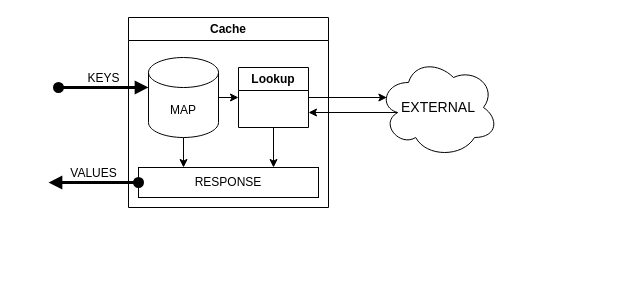
This is assets/images/2023/12/list_cache.drawio from stevenrskelton/stevenrskelton.github.io, a draw.io file, before an edit. Source tidied: cells renumbered, new cells numbered last; positions are measured from the earlier drawing's top-left corner, leaving out a move shared by most shapes. Both pictures are drawn from the tidied source at 100%, with x=0, y=0 at pixel (48, 17).
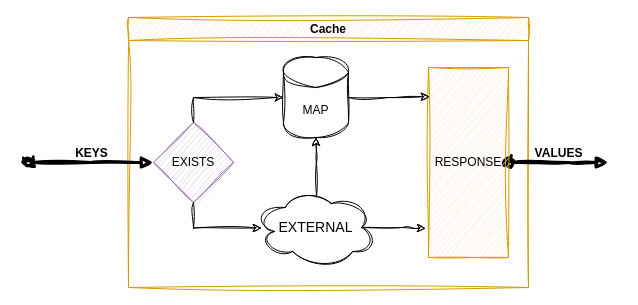
The same page after the edit.

Diff of the diagram source:
```diff
@@
 <mxGraphModel>
   <root>
     <mxCell id="0" />
     <mxCell id="1" parent="0" />
-    <mxCell id="2" value="Cache" style="swimlane;whiteSpace=wrap;html=1;" parent="1" vertex="1">
-      <mxGeometry x="80" width="200" height="190" as="geometry" />
+    <mxCell id="2" value="Cache" style="swimlane;whiteSpace=wrap;html=1;fillColor=#ffe6cc;strokeColor=#d79b00;sketch=1;curveFitting=1;jiggle=2;" parent="1" vertex="1">
+      <mxGeometry x="80" width="400" height="270" as="geometry" />
     </mxCell>
+    <mxCell id="9" value="VALUES" style="html=1;verticalAlign=bottom;startArrow=oval;endArrow=block;startSize=8;edgeStyle=elbowEdgeStyle;elbow=vertical;curved=0;rounded=0;exitX=1;exitY=0.5;exitDx=0;exitDy=0;strokeWidth=3;fontSize=12;fontStyle=1;sketch=1;curveFitting=1;jiggle=2;" parent="2" edge="1" source="8">
+      <mxGeometry relative="1" as="geometry">
+        <mxPoint x="480" y="145" as="targetPoint" />
+        <Array as="points">
+          <mxPoint x="440" y="145" />
+        </Array>
+      </mxGeometry>
+    </mxCell>
+    <mxCell id="12" value="EXTERNAL" style="ellipse;shape=cloud;whiteSpace=wrap;html=1;fontSize=14;sketch=1;curveFitting=1;jiggle=2;" parent="2" vertex="1">
+      <mxGeometry x="126.2" y="170" width="122.5" height="80" as="geometry" />
+    </mxCell>
+    <mxCell id="14" value="EXISTS" style="rhombus;whiteSpace=wrap;html=1;fillColor=#e1d5e7;strokeColor=#9673a6;sketch=1;curveFitting=1;jiggle=2;" parent="2" vertex="1">
+      <mxGeometry x="25" y="105" width="80" height="80" as="geometry" />
+    </mxCell>
+    <mxCell id="5" value="MAP" style="shape=cylinder3;whiteSpace=wrap;html=1;boundedLbl=1;backgroundOutline=1;size=15;sketch=1;curveFitting=1;jiggle=2;" parent="2" vertex="1">
+      <mxGeometry x="155" y="40" width="65" height="80" as="geometry" />
+    </mxCell>
+    <mxCell id="15" style="edgeStyle=orthogonalEdgeStyle;rounded=0;jettySize=auto;html=1;exitX=0.5;exitY=0;exitDx=0;exitDy=0;entryX=0;entryY=0.5;entryDx=0;entryDy=0;entryPerimeter=0;sketch=1;curveFitting=1;jiggle=2;" parent="2" edge="1" source="14" target="5">
+      <mxGeometry relative="1" as="geometry" />
+    </mxCell>
+    <mxCell id="16" style="edgeStyle=orthogonalEdgeStyle;rounded=0;jettySize=auto;html=1;exitX=0.5;exitY=1;exitDx=0;exitDy=0;entryX=0.055;entryY=0.506;entryDx=0;entryDy=0;entryPerimeter=0;sketch=1;curveFitting=1;jiggle=2;" parent="2" edge="1" source="14" target="12">
+      <mxGeometry relative="1" as="geometry">
+        <Array as="points">
+          <mxPoint x="65" y="211" />
+        </Array>
+      </mxGeometry>
+    </mxCell>
+    <mxCell id="8" value="RESPONSE" style="rounded=0;whiteSpace=wrap;html=1;glass=0;sketch=1;curveFitting=1;jiggle=2;fillColor=#ffe6cc;strokeColor=#d79b00;" parent="2" vertex="1">
+      <mxGeometry x="300" y="50" width="80" height="190" as="geometry" />
+    </mxCell>
-    <mxCell id="3" style="edgeStyle=orthogonalEdgeStyle;rounded=0;jettySize=auto;html=1;entryX=0.25;entryY=0;entryDx=0;entryDy=0;" parent="2" edge="1" source="5" target="8">
+    <mxCell id="3" style="edgeStyle=orthogonalEdgeStyle;rounded=0;jettySize=auto;html=1;exitX=1;exitY=0.5;exitDx=0;exitDy=0;exitPerimeter=0;entryX=0.013;entryY=0.153;entryDx=0;entryDy=0;entryPerimeter=0;sketch=1;curveFitting=1;jiggle=2;" parent="2" edge="1" source="5" target="8">
       <mxGeometry relative="1" as="geometry" />
     </mxCell>
-    <mxCell id="4" style="edgeStyle=orthogonalEdgeStyle;rounded=0;jettySize=auto;html=1;exitX=1;exitY=0.5;exitDx=0;exitDy=0;exitPerimeter=0;entryX=0;entryY=0.5;entryDx=0;entryDy=0;" parent="2" edge="1" source="5" target="7">
-      <mxGeometry relative="1" as="geometry" />
-    </mxCell>
-    <mxCell id="5" value="MAP" style="shape=cylinder3;whiteSpace=wrap;html=1;boundedLbl=1;backgroundOutline=1;size=15;" parent="2" vertex="1">
-      <mxGeometry x="20" y="40" width="70" height="80" as="geometry" />
-    </mxCell>
-    <mxCell id="6" style="edgeStyle=orthogonalEdgeStyle;rounded=0;jettySize=auto;html=1;exitX=0.5;exitY=1;exitDx=0;exitDy=0;entryX=0.75;entryY=0;entryDx=0;entryDy=0;" parent="2" edge="1" source="7" target="8">
-      <mxGeometry relative="1" as="geometry" />
-    </mxCell>
-    <mxCell id="7" value="Lookup" style="swimlane;whiteSpace=wrap;html=1;" parent="2" vertex="1">
-      <mxGeometry x="110" y="50" width="70" height="60" as="geometry" />
-    </mxCell>
-    <mxCell id="8" value="RESPONSE" style="rounded=0;whiteSpace=wrap;html=1;" parent="2" vertex="1">
-      <mxGeometry x="10" y="150" width="180" height="30" as="geometry" />
-    </mxCell>
-    <mxCell id="9" value="VALUES" style="html=1;verticalAlign=bottom;startArrow=oval;endArrow=block;startSize=8;edgeStyle=elbowEdgeStyle;elbow=vertical;curved=0;rounded=0;exitX=0;exitY=0.5;exitDx=0;exitDy=0;strokeWidth=3;fontSize=12;" parent="2" edge="1" source="8">
-      <mxGeometry relative="1" as="geometry">
-        <mxPoint x="-80" y="165" as="targetPoint" />
-      </mxGeometry>
-    </mxCell>
+    <mxCell id="17" style="edgeStyle=orthogonalEdgeStyle;rounded=0;jettySize=auto;html=1;exitX=0.875;exitY=0.5;exitDx=0;exitDy=0;exitPerimeter=0;entryX=-0.037;entryY=0.847;entryDx=0;entryDy=0;entryPerimeter=0;sketch=1;curveFitting=1;jiggle=2;" parent="2" edge="1" source="12" target="8">
+      <mxGeometry relative="1" as="geometry" />
+    </mxCell>
+    <mxCell id="18" style="edgeStyle=orthogonalEdgeStyle;rounded=0;jettySize=auto;html=1;entryX=0.5;entryY=1;entryDx=0;entryDy=0;entryPerimeter=0;exitX=0.504;exitY=0.119;exitDx=0;exitDy=0;exitPerimeter=0;sketch=1;curveFitting=1;jiggle=2;" parent="2" edge="1" source="12" target="5">
+      <mxGeometry relative="1" as="geometry" />
+    </mxCell>
-    <mxCell id="10" value="KEYS" style="html=1;verticalAlign=bottom;startArrow=oval;endArrow=block;startSize=8;edgeStyle=elbowEdgeStyle;elbow=vertical;curved=0;rounded=0;strokeWidth=3;fontSize=12;" parent="1" edge="1">
+    <mxCell id="10" value="KEYS" style="html=1;verticalAlign=bottom;startArrow=oval;endArrow=block;startSize=8;edgeStyle=elbowEdgeStyle;elbow=vertical;curved=0;rounded=0;strokeWidth=3;fontSize=12;fontStyle=1;sketch=1;curveFitting=1;jiggle=2;entryX=0;entryY=0.5;entryDx=0;entryDy=0;" parent="1" edge="1" target="14">
       <mxGeometry relative="1" as="geometry">
-        <mxPoint x="10" y="70" as="sourcePoint" />
-        <mxPoint x="100" y="70" as="targetPoint" />
+        <mxPoint x="-20" y="145" as="sourcePoint" />
       </mxGeometry>
     </mxCell>
-    <mxCell id="11" style="edgeStyle=orthogonalEdgeStyle;rounded=0;jettySize=auto;html=1;exitX=0.16;exitY=0.55;exitDx=0;exitDy=0;exitPerimeter=0;entryX=1;entryY=0.75;entryDx=0;entryDy=0;" parent="1" edge="1" source="12" target="7">
-      <mxGeometry relative="1" as="geometry" />
-    </mxCell>
-    <mxCell id="12" value="EXTERNAL" style="ellipse;shape=cloud;whiteSpace=wrap;html=1;fontSize=14;" parent="1" vertex="1">
-      <mxGeometry x="330" y="40" width="120" height="100" as="geometry" />
-    </mxCell>
-    <mxCell id="13" style="edgeStyle=orthogonalEdgeStyle;rounded=0;jettySize=auto;html=1;exitX=1;exitY=0.5;exitDx=0;exitDy=0;entryX=0.07;entryY=0.4;entryDx=0;entryDy=0;entryPerimeter=0;" parent="1" edge="1" source="7" target="12">
-      <mxGeometry relative="1" as="geometry" />
-    </mxCell>
   </root>
 </mxGraphModel>
```
